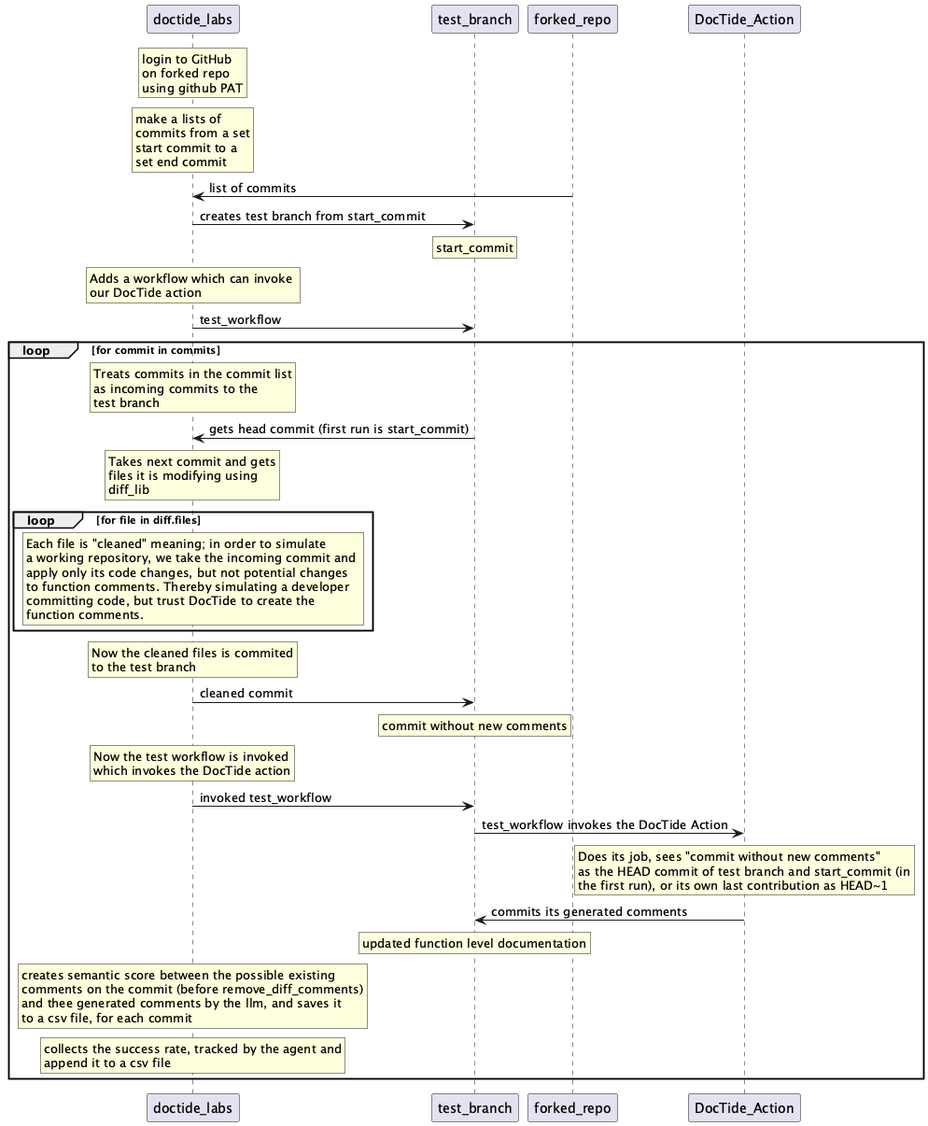
Before: docs/doctide_labs_flow_chart.png, a diagram exported from PlantUML (BrandtBoys/DocTide).
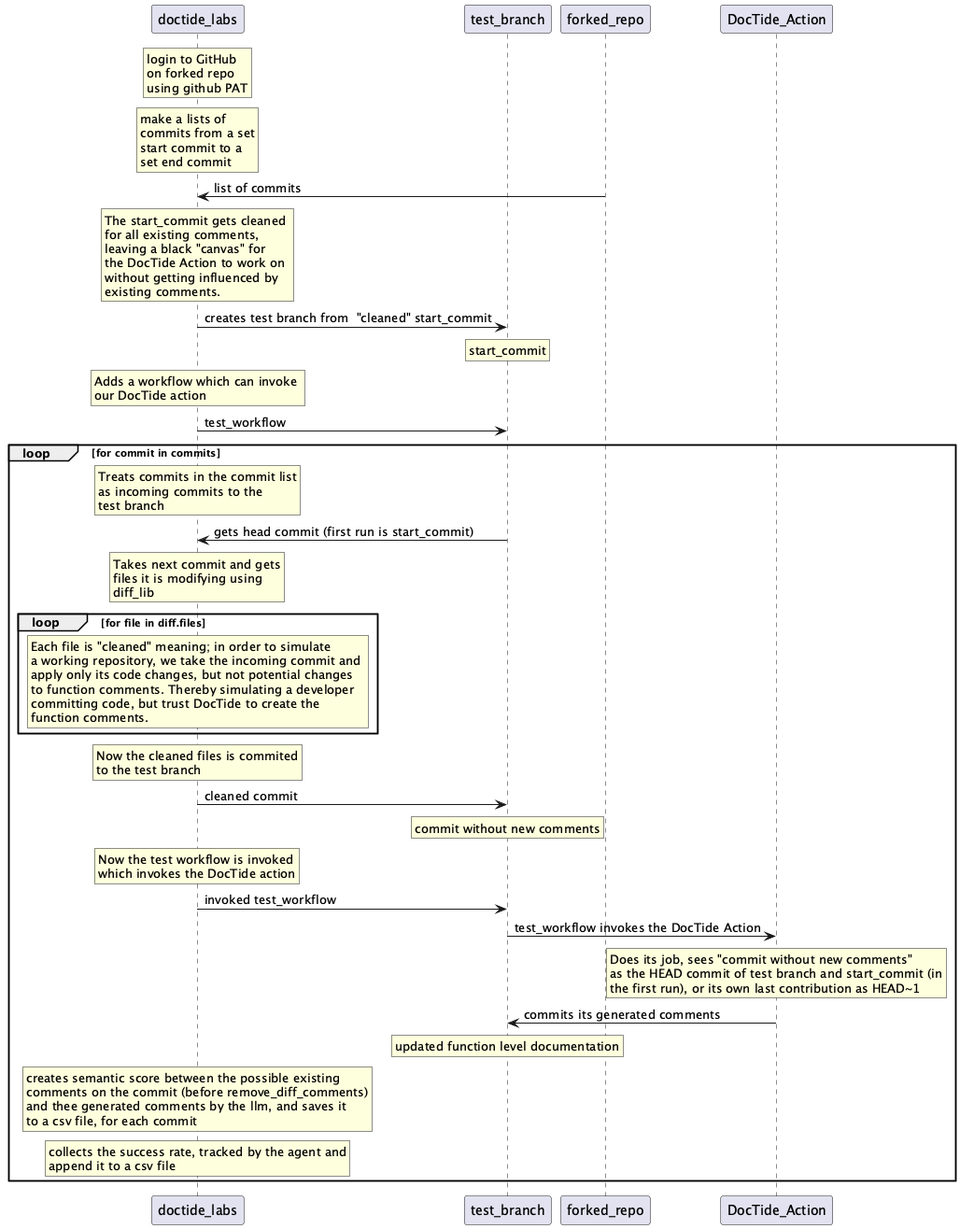
The same diagram one commit later.

Change to the diagram source:
```diff
@@ -16,7 +16,15 @@
     set end commit
 endrnote
 forked_repo->doctide_labs : list of commits
-doctide_labs->test_branch : creates test branch from start_commit
+rnote over doctide_labs
+    The start_commit gets cleaned
+    for all existing comments,
+    leaving a black "canvas" for
+    the DocTide Action to work on
+    without getting influenced by
+    existing comments.
+endrnote
+doctide_labs->test_branch : creates test branch from  "cleaned" start_commit
 rnote over test_branch : start_commit
 rnote over doctide_labs
     Adds a workflow which can invoke
```
